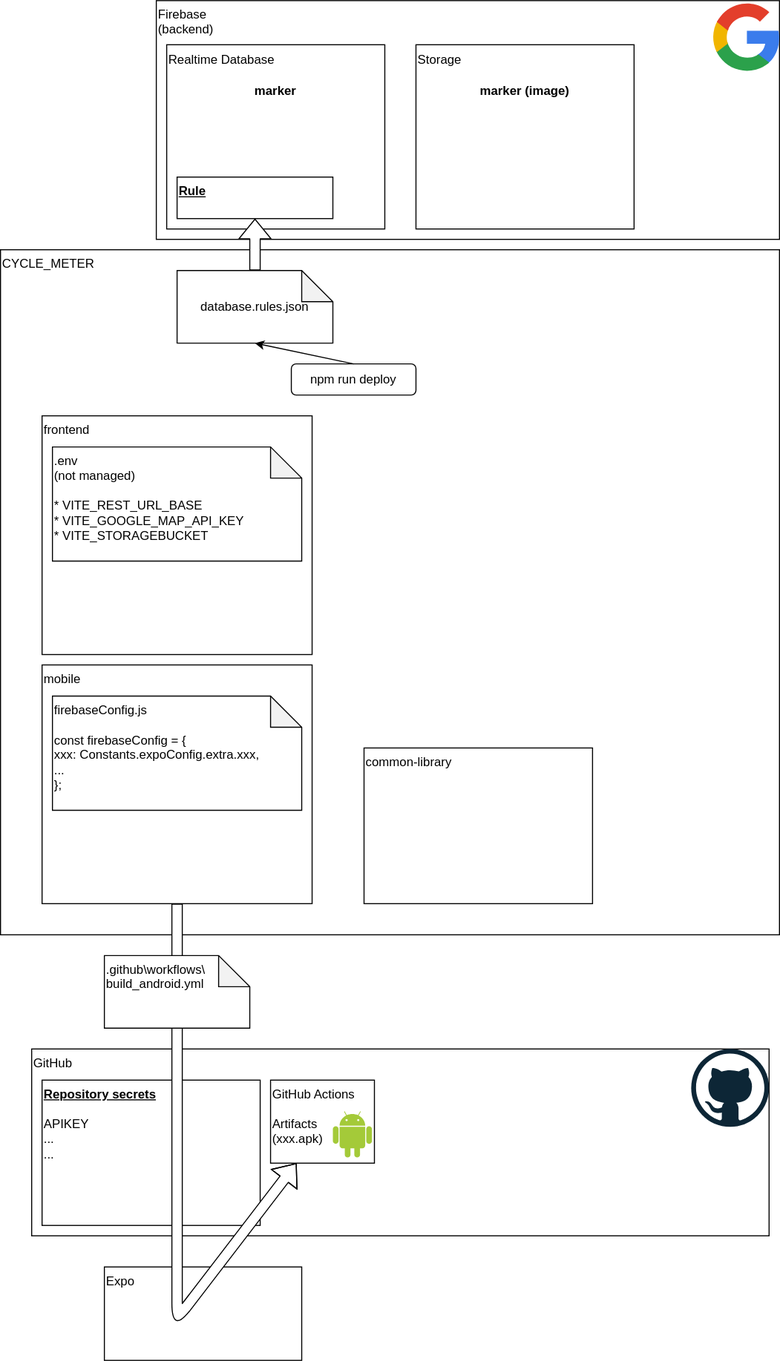
Above: system.drawio.svg in nomcom/cycle_meter (draw.io), before the change. Source tidied: cells renumbered, new cells last; positions are measured from the earlier drawing's top-left corner, leaving out a move shared by most shapes.
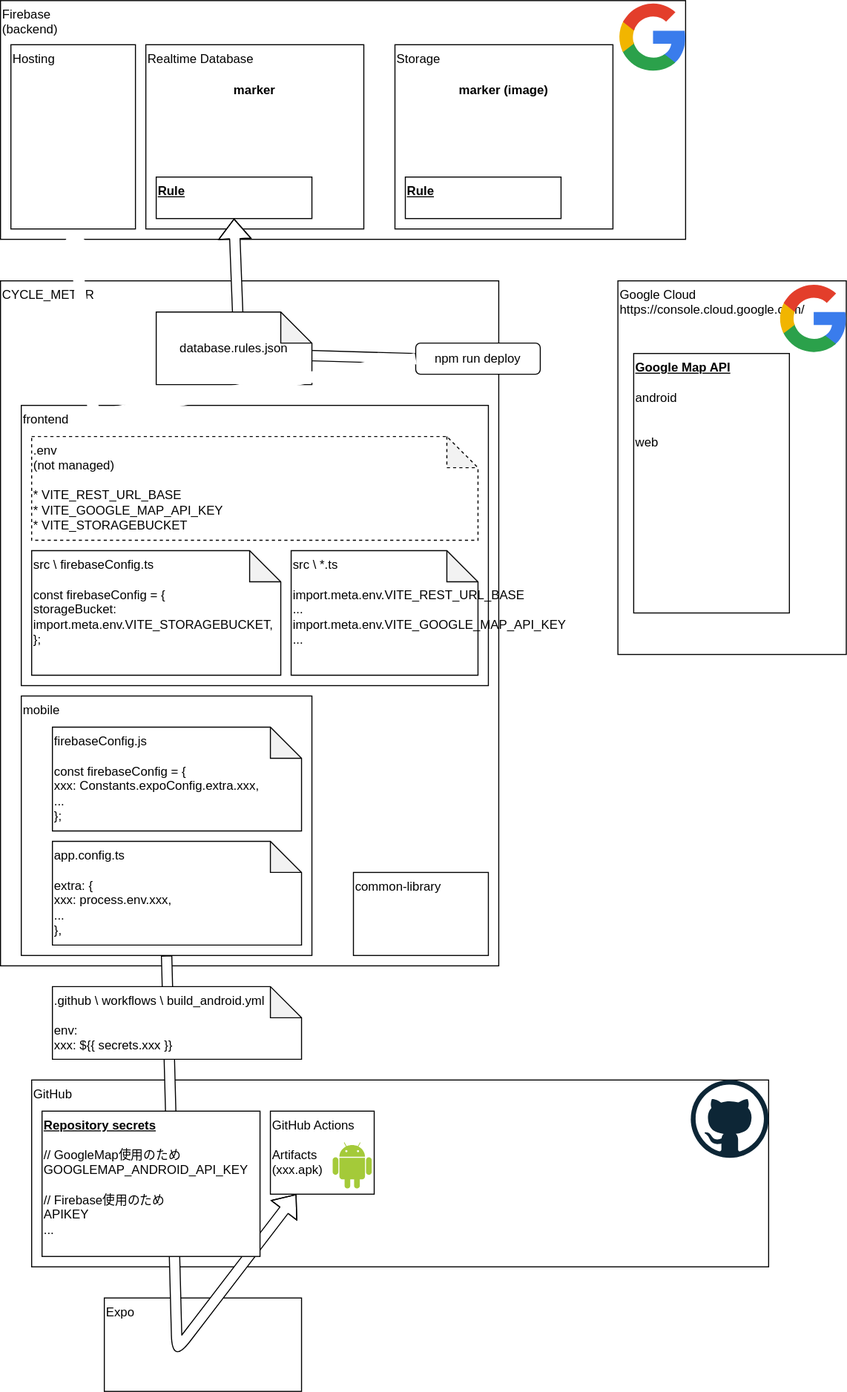
Later version of the same file.

The edit, as a diff of the source:
```diff
@@ -9,38 +9,32 @@
       <mxGeometry x="30" y="1010" width="710" height="180" as="geometry" />
     </mxCell>
     <mxCell id="4" value="CYCLE_METER" style="rounded=0;whiteSpace=wrap;html=1;shadow=0;glass=0;sketch=0;align=left;verticalAlign=top;" parent="1" vertex="1">
-      <mxGeometry y="240" width="750" height="660" as="geometry" />
+      <mxGeometry y="240" width="480" height="660" as="geometry" />
     </mxCell>
     <mxCell id="5" value="frontend" style="rounded=0;whiteSpace=wrap;html=1;align=left;glass=0;shadow=0;horizontal=1;verticalAlign=top;" parent="1" vertex="1">
-      <mxGeometry x="40" y="400" width="260" height="230" as="geometry" />
+      <mxGeometry x="20" y="360" width="450" height="270" as="geometry" />
     </mxCell>
     <mxCell id="6" value="common-library" style="rounded=0;whiteSpace=wrap;html=1;align=left;glass=0;shadow=0;horizontal=1;verticalAlign=top;" parent="1" vertex="1">
-      <mxGeometry x="350" y="720" width="220" height="150" as="geometry" />
+      <mxGeometry x="340" y="810" width="130" height="80" as="geometry" />
     </mxCell>
     <mxCell id="7" value="Firebase&lt;br&gt;(backend)" style="rounded=0;whiteSpace=wrap;html=1;align=left;glass=0;shadow=0;horizontal=1;verticalAlign=top;" parent="1" vertex="1">
-      <mxGeometry x="150" width="600" height="230" as="geometry" />
+      <mxGeometry y="-30" width="660" height="230" as="geometry" />
     </mxCell>
     <mxCell id="8" value="mobile" style="rounded=0;whiteSpace=wrap;html=1;align=left;glass=0;shadow=0;horizontal=1;verticalAlign=top;" parent="1" vertex="1">
-      <mxGeometry x="40" y="640" width="260" height="230" as="geometry" />
+      <mxGeometry x="20" y="640" width="280" height="250" as="geometry" />
     </mxCell>
-    <mxCell id="9" value="database.rules.json" style="shape=note;whiteSpace=wrap;html=1;backgroundOutline=1;darkOpacity=0.05;rounded=0;shadow=0;glass=0;sketch=0;horizontal=1;verticalAlign=middle;" parent="1" vertex="1">
-      <mxGeometry x="170" y="260" width="150" height="70" as="geometry" />
-    </mxCell>
-    <mxCell id="10" value=".env&lt;br&gt;(not managed)&lt;br&gt;&lt;br&gt;*&amp;nbsp;VITE_REST_URL_BASE&lt;br&gt;*&amp;nbsp;VITE_GOOGLE_MAP_API_KEY&lt;br&gt;*&amp;nbsp;VITE_STORAGEBUCKET" style="shape=note;whiteSpace=wrap;html=1;backgroundOutline=1;darkOpacity=0.05;rounded=0;shadow=0;glass=0;sketch=0;horizontal=1;verticalAlign=top;align=left;" parent="1" vertex="1">
-      <mxGeometry x="50" y="430" width="240" height="110" as="geometry" />
+    <mxCell id="10" value=".env&lt;br&gt;(not managed)&lt;br&gt;&lt;br&gt;*&amp;nbsp;VITE_REST_URL_BASE&lt;br&gt;*&amp;nbsp;VITE_GOOGLE_MAP_API_KEY&lt;br&gt;*&amp;nbsp;VITE_STORAGEBUCKET" style="shape=note;whiteSpace=wrap;html=1;backgroundOutline=1;darkOpacity=0.05;rounded=0;shadow=0;glass=0;sketch=0;horizontal=1;verticalAlign=top;align=left;dashed=1;" parent="1" vertex="1">
+      <mxGeometry x="30" y="390" width="430" height="100" as="geometry" />
     </mxCell>
     <mxCell id="11" value="firebaseConfig.js&lt;br&gt;&lt;br&gt;&lt;div&gt;const firebaseConfig = {&lt;/div&gt;&lt;div&gt;&amp;nbsp; &amp;nbsp; xxx: Constants.expoConfig.extra.xxx,&lt;/div&gt;&lt;div&gt;&amp;nbsp; &amp;nbsp; ...&lt;/div&gt;&lt;div&gt;};&lt;/div&gt;" style="shape=note;whiteSpace=wrap;html=1;backgroundOutline=1;darkOpacity=0.05;rounded=0;shadow=0;glass=0;sketch=0;horizontal=1;verticalAlign=top;align=left;" parent="1" vertex="1">
-      <mxGeometry x="50" y="670" width="240" height="110" as="geometry" />
+      <mxGeometry x="50" y="670" width="240" height="100" as="geometry" />
     </mxCell>
     <mxCell id="12" style="dashed=0;html=1;align=center;labelPosition=center;verticalLabelPosition=bottom;verticalAlign=top;shape=mxgraph.weblogos.github;rounded=0;shadow=0;glass=0;sketch=0;" parent="1" vertex="1">
       <mxGeometry x="665" y="1010" width="75" height="75" as="geometry" />
     </mxCell>
     <mxCell id="13" style="dashed=0;html=1;align=center;labelPosition=center;verticalLabelPosition=bottom;verticalAlign=top;shape=mxgraph.weblogos.google;rounded=0;shadow=0;glass=0;sketch=0;" parent="1" vertex="1">
-      <mxGeometry x="684.8" width="65.2" height="69.4" as="geometry" />
+      <mxGeometry x="594.8" y="-30" width="65.2" height="69.4" as="geometry" />
     </mxCell>
-    <mxCell id="14" value="&lt;b style=&quot;text-decoration-line: underline;&quot;&gt;Repository secrets&lt;/b&gt;&lt;br&gt;&lt;br&gt;APIKEY&lt;br&gt;...&lt;br&gt;..." style="rounded=0;whiteSpace=wrap;html=1;shadow=0;glass=0;align=left;verticalAlign=top;" parent="1" vertex="1">
-      <mxGeometry x="40" y="1040" width="210" height="140" as="geometry" />
-    </mxCell>
     <mxCell id="15" style="shape=flexArrow;endArrow=classic;html=1;fillColor=default;entryX=0.25;entryY=1;entryDx=0;entryDy=0;exitX=0.5;exitY=1;exitDx=0;exitDy=0;" parent="1" edge="1" source="8" target="18">
       <mxGeometry relative="1" as="geometry">
         <Array as="points">
@@ -48,8 +42,8 @@
         </Array>
       </mxGeometry>
     </mxCell>
-    <mxCell id="16" value=".github\workflows\&lt;br&gt;build_android.yml" style="shape=note;whiteSpace=wrap;html=1;backgroundOutline=1;darkOpacity=0.05;rounded=0;shadow=0;glass=0;sketch=0;horizontal=1;verticalAlign=top;align=left;" parent="1" vertex="1">
-      <mxGeometry x="100" y="920" width="140" height="70" as="geometry" />
+    <mxCell id="16" value=".github \ workflows \ build_android.yml&lt;br&gt;&lt;br&gt;&lt;div&gt;env:&lt;/div&gt;&lt;div&gt;&amp;nbsp; xxx: ${{ secrets.xxx }}&lt;/div&gt;" style="shape=note;whiteSpace=wrap;html=1;backgroundOutline=1;darkOpacity=0.05;rounded=0;shadow=0;glass=0;sketch=0;horizontal=1;verticalAlign=top;align=left;" parent="1" vertex="1">
+      <mxGeometry x="50" y="920" width="240" height="70" as="geometry" />
     </mxCell>
     <mxCell id="17" style="group;" parent="1" vertex="1">
       <mxGeometry x="260" y="1040" width="100" height="80" as="geometry" />
@@ -61,28 +55,67 @@
       <mxGeometry x="60" y="30" width="37.6" height="44.5" as="geometry" />
     </mxCell>
     <mxCell id="20" value="Realtime Database" style="rounded=0;whiteSpace=wrap;html=1;shadow=0;glass=0;align=left;verticalAlign=top;" parent="1" vertex="1">
-      <mxGeometry x="160" y="42.5" width="210" height="177.5" as="geometry" />
+      <mxGeometry x="140" y="12.5" width="210" height="177.5" as="geometry" />
     </mxCell>
     <mxCell id="21" value="&lt;b&gt;&lt;u&gt;Rule&lt;/u&gt;&lt;/b&gt;" style="rounded=0;whiteSpace=wrap;html=1;shadow=0;glass=0;align=left;verticalAlign=top;" parent="1" vertex="1">
-      <mxGeometry x="170" y="170" width="150" height="40" as="geometry" />
+      <mxGeometry x="150" y="140" width="150" height="40" as="geometry" />
     </mxCell>
-    <mxCell id="22" style="shape=flexArrow;endArrow=classic;html=1;fontColor=#000000;fillColor=default;entryX=0.5;entryY=1;entryDx=0;entryDy=0;exitX=0.5;exitY=0;exitDx=0;exitDy=0;exitPerimeter=0;" parent="1" edge="1" source="9" target="21">
-      <mxGeometry relative="1" as="geometry" />
+    <mxCell id="22" style="shape=flexArrow;endArrow=classic;html=1;fontColor=#000000;fillColor=default;entryX=0.5;entryY=1;entryDx=0;entryDy=0;exitX=0;exitY=0.5;exitDx=0;exitDy=0;" parent="1" edge="1" source="23" target="21">
+      <mxGeometry relative="1" as="geometry">
+        <Array as="points">
+          <mxPoint x="230" y="310" />
+        </Array>
+      </mxGeometry>
     </mxCell>
     <mxCell id="23" value="npm run&amp;nbsp;deploy" style="rounded=1;whiteSpace=wrap;html=1;shadow=0;glass=0;sketch=0;strokeColor=#000000;fontColor=#000000;gradientColor=none;" parent="1" vertex="1">
-      <mxGeometry x="280" y="350" width="120" height="30" as="geometry" />
+      <mxGeometry x="400" y="300" width="120" height="30" as="geometry" />
     </mxCell>
-    <mxCell id="24" style="endArrow=classic;html=1;fontColor=#000000;fillColor=default;exitX=0.5;exitY=0;exitDx=0;exitDy=0;entryX=0.5;entryY=1;entryDx=0;entryDy=0;entryPerimeter=0;strokeColor=#000000;" parent="1" edge="1" source="23" target="9">
-      <mxGeometry relative="1" as="geometry" />
-    </mxCell>
     <mxCell id="25" value="Storage" style="rounded=0;whiteSpace=wrap;html=1;shadow=0;glass=0;align=left;verticalAlign=top;" parent="1" vertex="1">
-      <mxGeometry x="400" y="42.5" width="210" height="177.5" as="geometry" />
+      <mxGeometry x="380" y="12.5" width="210" height="177.5" as="geometry" />
     </mxCell>
     <mxCell id="26" value="marker" style="swimlane;whiteSpace=wrap;html=1;rounded=0;shadow=0;glass=0;sketch=0;strokeColor=#FFFFFF;fontColor=#000000;gradientColor=none;fillColor=#FFFFFF;" parent="1" vertex="1">
-      <mxGeometry x="170" y="75" width="190" height="80" as="geometry" />
+      <mxGeometry x="150" y="45" width="190" height="80" as="geometry" />
     </mxCell>
     <mxCell id="27" value="marker (image)" style="swimlane;whiteSpace=wrap;html=1;rounded=0;shadow=0;glass=0;sketch=0;strokeColor=#FFFFFF;fontColor=#000000;gradientColor=none;fillColor=#FFFFFF;" parent="1" vertex="1">
-      <mxGeometry x="410" y="75" width="190" height="80" as="geometry" />
+      <mxGeometry x="390" y="45" width="190" height="80" as="geometry" />
     </mxCell>
+    <mxCell id="28" value="&lt;b&gt;&lt;u&gt;Rule&lt;/u&gt;&lt;/b&gt;" style="rounded=0;whiteSpace=wrap;html=1;shadow=0;glass=0;align=left;verticalAlign=top;" parent="1" vertex="1">
+      <mxGeometry x="390" y="140" width="150" height="40" as="geometry" />
+    </mxCell>
+    <mxCell id="9" value="database.rules.json" style="shape=note;whiteSpace=wrap;html=1;backgroundOutline=1;darkOpacity=0.05;rounded=0;shadow=0;glass=0;sketch=0;horizontal=1;verticalAlign=middle;" parent="1" vertex="1">
+      <mxGeometry x="150" y="270" width="150" height="70" as="geometry" />
+    </mxCell>
+    <mxCell id="29" style="shape=flexArrow;endArrow=classic;html=1;strokeColor=#FFFFFF;fontColor=#000000;fillColor=default;exitX=0;exitY=0.5;exitDx=0;exitDy=0;" parent="1" edge="1" source="23">
+      <mxGeometry relative="1" as="geometry">
+        <mxPoint x="70" y="190" as="targetPoint" />
+        <Array as="points">
+          <mxPoint x="90" y="370" />
+        </Array>
+      </mxGeometry>
+    </mxCell>
+    <mxCell id="30" value="Hosting" style="rounded=0;whiteSpace=wrap;html=1;shadow=0;glass=0;align=left;verticalAlign=top;" parent="1" vertex="1">
+      <mxGeometry x="10" y="12.5" width="120" height="177.5" as="geometry" />
+    </mxCell>
+    <mxCell id="31" value="app.config.ts&lt;br&gt;&lt;br&gt;&lt;div&gt;extra: {&lt;/div&gt;&lt;div&gt;&amp;nbsp; xxx: process.env.xxx,&lt;/div&gt;&lt;div&gt;&amp;nbsp; ...&lt;/div&gt;&lt;div&gt;},&lt;/div&gt;" style="shape=note;whiteSpace=wrap;html=1;backgroundOutline=1;darkOpacity=0.05;rounded=0;shadow=0;glass=0;sketch=0;horizontal=1;verticalAlign=top;align=left;" parent="1" vertex="1">
+      <mxGeometry x="50" y="780" width="240" height="100" as="geometry" />
+    </mxCell>
+    <mxCell id="32" value="src \ firebaseConfig.ts&lt;br&gt;&lt;br&gt;&lt;div&gt;const firebaseConfig = {&lt;/div&gt;&lt;div&gt;&amp;nbsp; storageBucket: import.meta.env.VITE_STORAGEBUCKET,&lt;/div&gt;&lt;div&gt;};&lt;/div&gt;" style="shape=note;whiteSpace=wrap;html=1;backgroundOutline=1;darkOpacity=0.05;rounded=0;shadow=0;glass=0;sketch=0;horizontal=1;verticalAlign=top;align=left;" parent="1" vertex="1">
+      <mxGeometry x="30" y="500" width="240" height="120" as="geometry" />
+    </mxCell>
+    <mxCell id="33" value="src \ *.ts&lt;br&gt;&lt;br&gt;import.meta.env.VITE_REST_URL_BASE&lt;br&gt;&lt;div&gt;&lt;/div&gt;&lt;div&gt;...&lt;/div&gt;&lt;div&gt;import.meta.env.VITE_GOOGLE_MAP_API_KEY&lt;br&gt;&lt;/div&gt;&lt;div&gt;&lt;/div&gt;&lt;div&gt;...&lt;/div&gt;" style="shape=note;whiteSpace=wrap;html=1;backgroundOutline=1;darkOpacity=0.05;rounded=0;shadow=0;glass=0;sketch=0;horizontal=1;verticalAlign=top;align=left;" parent="1" vertex="1">
+      <mxGeometry x="280" y="500" width="180" height="120" as="geometry" />
+    </mxCell>
+    <mxCell id="34" value="Google Cloud&lt;br&gt;https://console.cloud.google.com/" style="rounded=0;whiteSpace=wrap;html=1;align=left;glass=0;shadow=0;horizontal=1;verticalAlign=top;" parent="1" vertex="1">
+      <mxGeometry x="594.8" y="240" width="220" height="360" as="geometry" />
+    </mxCell>
+    <mxCell id="35" style="dashed=0;html=1;align=center;labelPosition=center;verticalLabelPosition=bottom;verticalAlign=top;shape=mxgraph.weblogos.google;rounded=0;shadow=0;glass=0;sketch=0;" parent="1" vertex="1">
+      <mxGeometry x="749.6" y="241" width="65.2" height="69.4" as="geometry" />
+    </mxCell>
+    <mxCell id="36" value="&lt;b style=&quot;text-decoration-line: underline;&quot;&gt;Google Map API&lt;/b&gt;&lt;br&gt;&lt;br&gt;android&lt;br&gt;&lt;br&gt;&lt;br&gt;web&lt;br&gt;" style="rounded=0;whiteSpace=wrap;html=1;shadow=0;glass=0;align=left;verticalAlign=top;" parent="1" vertex="1">
+      <mxGeometry x="610" y="310" width="150" height="250" as="geometry" />
+    </mxCell>
+    <mxCell id="14" value="&lt;b style=&quot;text-decoration-line: underline;&quot;&gt;Repository secrets&lt;/b&gt;&lt;br&gt;&lt;br&gt;&lt;div&gt;// GoogleMap使用のため&lt;/div&gt;&lt;div&gt;GOOGLEMAP_ANDROID_API_KEY&lt;/div&gt;&lt;div&gt;&lt;br&gt;&lt;/div&gt;&lt;div&gt;// Firebase使用のため&lt;/div&gt;&lt;div&gt;APIKEY&lt;/div&gt;&lt;div&gt;...&lt;/div&gt;" style="rounded=0;whiteSpace=wrap;html=1;shadow=0;glass=0;align=left;verticalAlign=top;" parent="1" vertex="1">
+      <mxGeometry x="40" y="1040" width="210" height="140" as="geometry" />
+    </mxCell>
   </root>
 </mxGraphModel>
```
